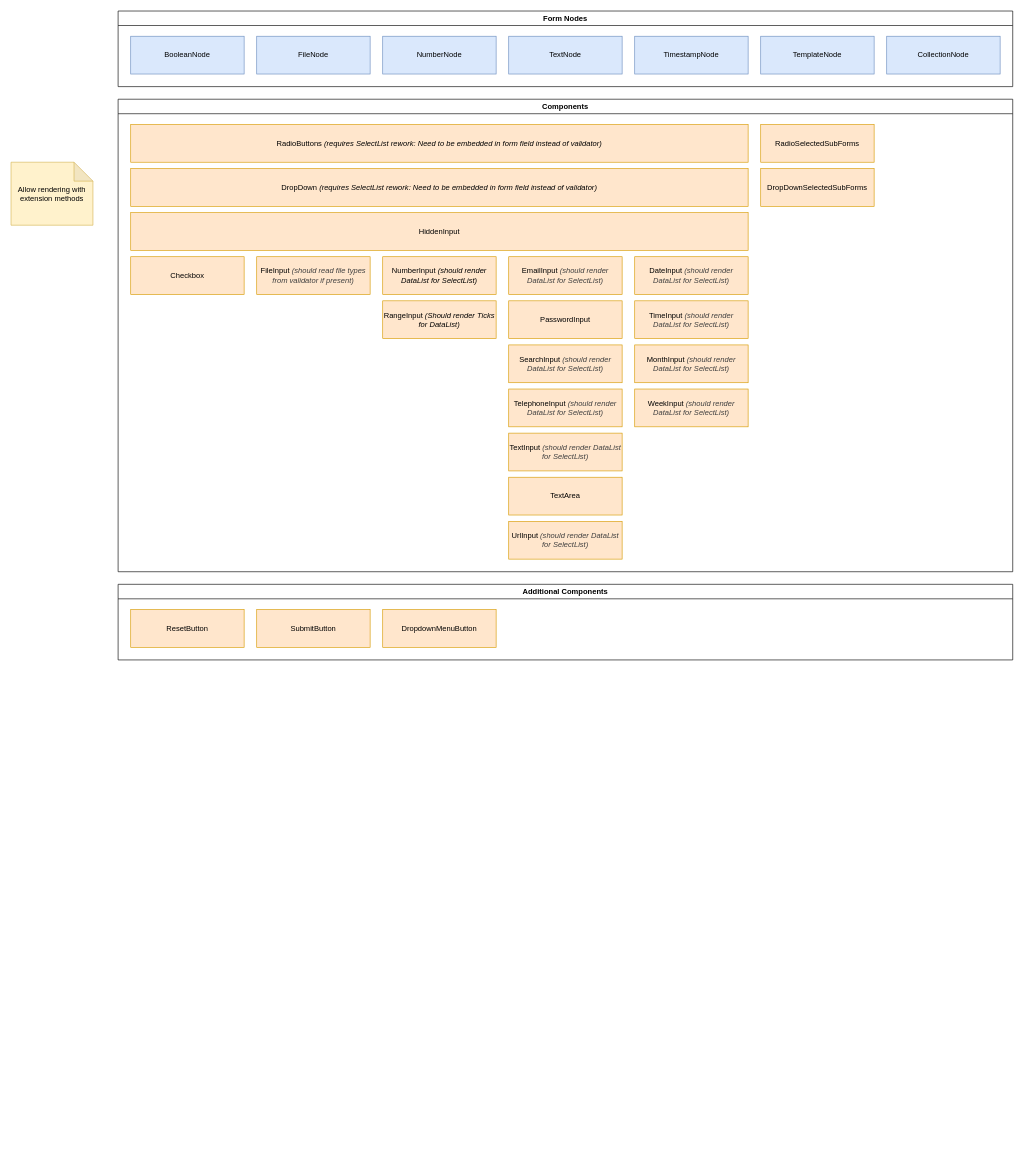
This is doc/forms-concept/ui_components.drawio from RGXStorm281/common, a draw.io file, before an edit. Source tidied: cells renumbered, new cells numbered last; positions are measured from the earlier drawing's top-left corner, leaving out a move shared by most shapes. Both pictures are drawn from the tidied source at 63%, with x=0, y=0 at pixel (11, 11).
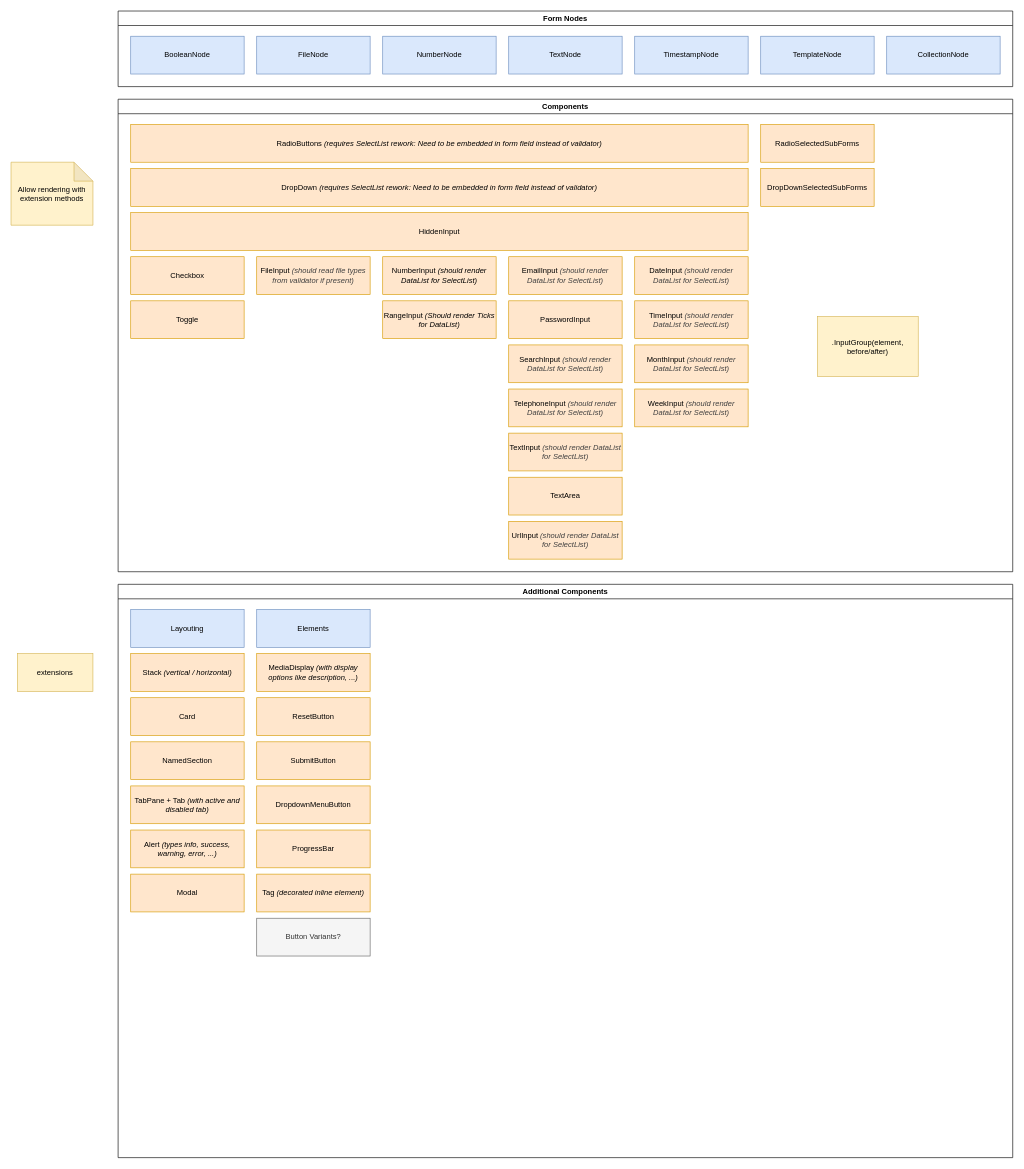
After the change.

Unchanged cells that the change refers to:
```xml
<mxCell id="10" value="Components" style="swimlane;whiteSpace=wrap;html=1;" parent="1" vertex="1">
  <mxGeometry x="170" y="140" width="1420" height="750" as="geometry" />
</mxCell>
```

Change to the diagram source:
```diff
@@
+    <mxCell id="36" value="Toggle" style="rounded=0;whiteSpace=wrap;html=1;strokeColor=#d79b00;align=center;verticalAlign=middle;fontFamily=Helvetica;fontSize=12;fontColor=default;fillColor=#ffe6cc;" parent="10" vertex="1">
+      <mxGeometry x="20" y="320" width="180" height="60" as="geometry" />
+    </mxCell>
+    <mxCell id="37" value=".InputGroup(element, before/after)" style="rounded=0;whiteSpace=wrap;html=1;fillColor=#fff2cc;strokeColor=#d6b656;" parent="10" vertex="1">
+      <mxGeometry x="1110" y="345" width="160" height="95" as="geometry" />
+    </mxCell>
     <mxCell id="31" value="Additional Components" style="swimlane;whiteSpace=wrap;html=1;rounded=0;align=center;verticalAlign=middle;fontFamily=Helvetica;fontSize=12;" parent="1" vertex="1">
-      <mxGeometry x="170" y="910" width="1420" height="120" as="geometry" />
+      <mxGeometry x="170" y="910" width="1420" height="910" as="geometry" />
     </mxCell>
     <mxCell id="32" value="ResetButton" style="rounded=0;whiteSpace=wrap;html=1;strokeColor=#d79b00;align=center;verticalAlign=middle;fontFamily=Helvetica;fontSize=12;fontColor=default;fillColor=#ffe6cc;" parent="31" vertex="1">
-      <mxGeometry x="20" y="40" width="180" height="60" as="geometry" />
+      <mxGeometry x="220" y="180" width="180" height="60" as="geometry" />
     </mxCell>
     <mxCell id="33" value="SubmitButton" style="rounded=0;whiteSpace=wrap;html=1;strokeColor=#d79b00;align=center;verticalAlign=middle;fontFamily=Helvetica;fontSize=12;fontColor=default;fillColor=#ffe6cc;" parent="31" vertex="1">
-      <mxGeometry x="220" y="40" width="180" height="60" as="geometry" />
+      <mxGeometry x="220" y="250" width="180" height="60" as="geometry" />
     </mxCell>
     <mxCell id="34" value="DropdownMenuButton" style="rounded=0;whiteSpace=wrap;html=1;strokeColor=#d79b00;align=center;verticalAlign=middle;fontFamily=Helvetica;fontSize=12;fontColor=default;fillColor=#ffe6cc;" parent="31" vertex="1">
-      <mxGeometry x="420" y="40" width="180" height="60" as="geometry" />
+      <mxGeometry x="220" y="320" width="180" height="60" as="geometry" />
     </mxCell>
+    <mxCell id="38" value="Card" style="rounded=0;whiteSpace=wrap;html=1;strokeColor=#d79b00;align=center;verticalAlign=middle;fontFamily=Helvetica;fontSize=12;fontColor=default;fillColor=#ffe6cc;" parent="31" vertex="1">
+      <mxGeometry x="20" y="180" width="180" height="60" as="geometry" />
+    </mxCell>
+    <mxCell id="39" value="NamedSection" style="rounded=0;whiteSpace=wrap;html=1;strokeColor=#d79b00;align=center;verticalAlign=middle;fontFamily=Helvetica;fontSize=12;fontColor=default;fillColor=#ffe6cc;" parent="31" vertex="1">
+      <mxGeometry x="20" y="250" width="180" height="60" as="geometry" />
+    </mxCell>
+    <mxCell id="40" value="Layouting" style="rounded=0;whiteSpace=wrap;html=1;strokeColor=#6c8ebf;align=center;verticalAlign=middle;fontFamily=Helvetica;fontSize=12;fillColor=#dae8fc;" parent="31" vertex="1">
+      <mxGeometry x="20" y="40" width="180" height="60" as="geometry" />
+    </mxCell>
+    <mxCell id="41" value="Elements" style="rounded=0;whiteSpace=wrap;html=1;strokeColor=#6c8ebf;align=center;verticalAlign=middle;fontFamily=Helvetica;fontSize=12;fillColor=#dae8fc;" parent="31" vertex="1">
+      <mxGeometry x="220" y="40" width="180" height="60" as="geometry" />
+    </mxCell>
+    <mxCell id="42" value="Stack &lt;i&gt;(vertical / horizontal)&lt;/i&gt;" style="rounded=0;whiteSpace=wrap;html=1;fillColor=#ffe6cc;strokeColor=#d79b00;" parent="31" vertex="1">
+      <mxGeometry x="20" y="110" width="180" height="60" as="geometry" />
+    </mxCell>
+    <mxCell id="43" value="MediaDisplay&lt;i&gt; (with display options like description, ...)&lt;/i&gt;" style="rounded=0;whiteSpace=wrap;html=1;strokeColor=#d79b00;align=center;verticalAlign=middle;fontFamily=Helvetica;fontSize=12;fontColor=default;fillColor=#ffe6cc;" parent="31" vertex="1">
+      <mxGeometry x="220" y="110" width="180" height="60" as="geometry" />
+    </mxCell>
+    <mxCell id="44" value="TabPane + Tab&amp;nbsp;&lt;i&gt;(with active and disabled tab)&lt;/i&gt;" style="rounded=0;whiteSpace=wrap;html=1;strokeColor=#d79b00;align=center;verticalAlign=middle;fontFamily=Helvetica;fontSize=12;fontColor=default;fillColor=#ffe6cc;" parent="31" vertex="1">
+      <mxGeometry x="20" y="320" width="180" height="60" as="geometry" />
+    </mxCell>
+    <mxCell id="45" value="Alert&amp;nbsp;&lt;i&gt;(types info, success, warning, error, ...)&lt;/i&gt;" style="rounded=0;whiteSpace=wrap;html=1;strokeColor=#d79b00;align=center;verticalAlign=middle;fontFamily=Helvetica;fontSize=12;fontColor=default;fillColor=#ffe6cc;" parent="31" vertex="1">
+      <mxGeometry x="20" y="390" width="180" height="60" as="geometry" />
+    </mxCell>
+    <mxCell id="46" value="ProgressBar" style="rounded=0;whiteSpace=wrap;html=1;strokeColor=#d79b00;align=center;verticalAlign=middle;fontFamily=Helvetica;fontSize=12;fontColor=default;fillColor=#ffe6cc;" parent="31" vertex="1">
+      <mxGeometry x="220" y="390" width="180" height="60" as="geometry" />
+    </mxCell>
+    <mxCell id="47" value="Tag &lt;i&gt;(decorated inline element)&lt;/i&gt;" style="rounded=0;whiteSpace=wrap;html=1;strokeColor=#d79b00;align=center;verticalAlign=middle;fontFamily=Helvetica;fontSize=12;fontColor=default;fillColor=#ffe6cc;" parent="31" vertex="1">
+      <mxGeometry x="220" y="460" width="180" height="60" as="geometry" />
+    </mxCell>
+    <mxCell id="48" value="Button Variants?" style="rounded=0;whiteSpace=wrap;html=1;fillColor=#f5f5f5;strokeColor=#666666;fontColor=#333333;" parent="31" vertex="1">
+      <mxGeometry x="220" y="530" width="180" height="60" as="geometry" />
+    </mxCell>
+    <mxCell id="49" value="Modal" style="rounded=0;whiteSpace=wrap;html=1;strokeColor=#d79b00;align=center;verticalAlign=middle;fontFamily=Helvetica;fontSize=12;fontColor=default;fillColor=#ffe6cc;" parent="31" vertex="1">
+      <mxGeometry x="20" y="460" width="180" height="60" as="geometry" />
+    </mxCell>
@@
+    <mxCell id="50" value="extensions" style="rounded=0;whiteSpace=wrap;html=1;fillColor=#fff2cc;strokeColor=#d6b656;" parent="1" vertex="1">
+      <mxGeometry x="10" y="1020" width="120" height="60" as="geometry" />
+    </mxCell>
```
